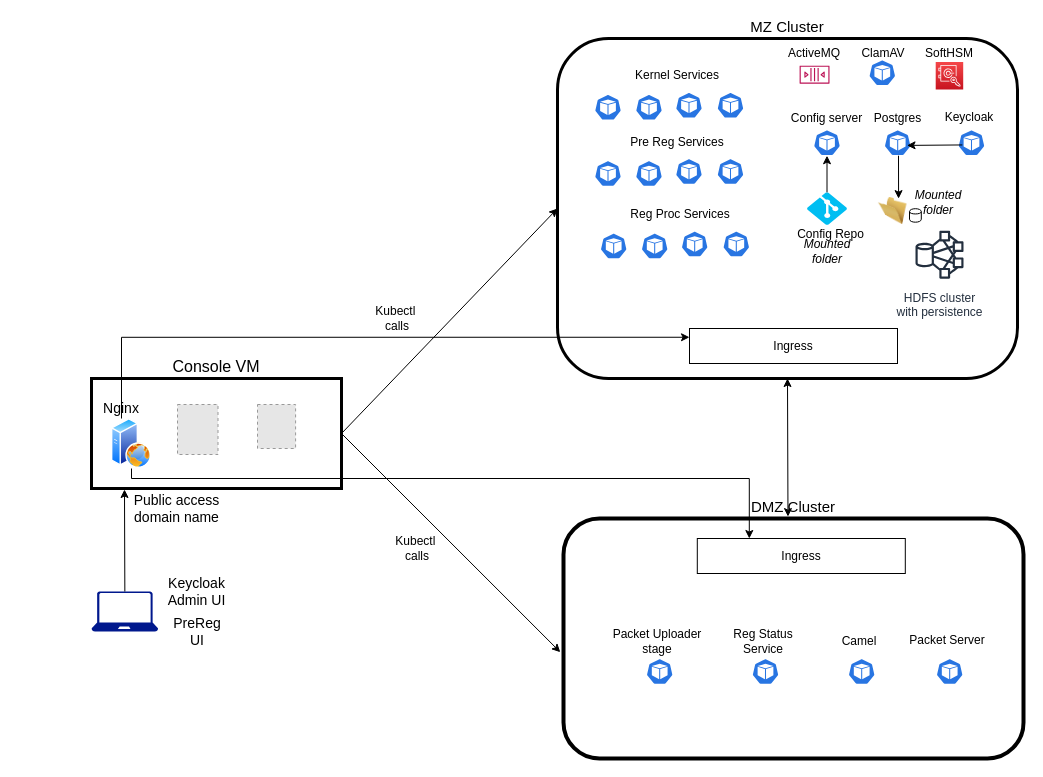
The draw.io diagram deployment/sandbox-v2/docs/sanbox_architecture.drawio in mosip/mosip-infra, before the edit. Source tidied: cells renumbered, new cells numbered last; positions are measured from the earlier drawing's top-left corner, leaving out a move shared by most shapes. Both pictures are drawn from the tidied source at 100%, with x=0, y=0 at pixel (91, 38). Pictures stored in the file or linked from it are replaced by grey dashed boxes.
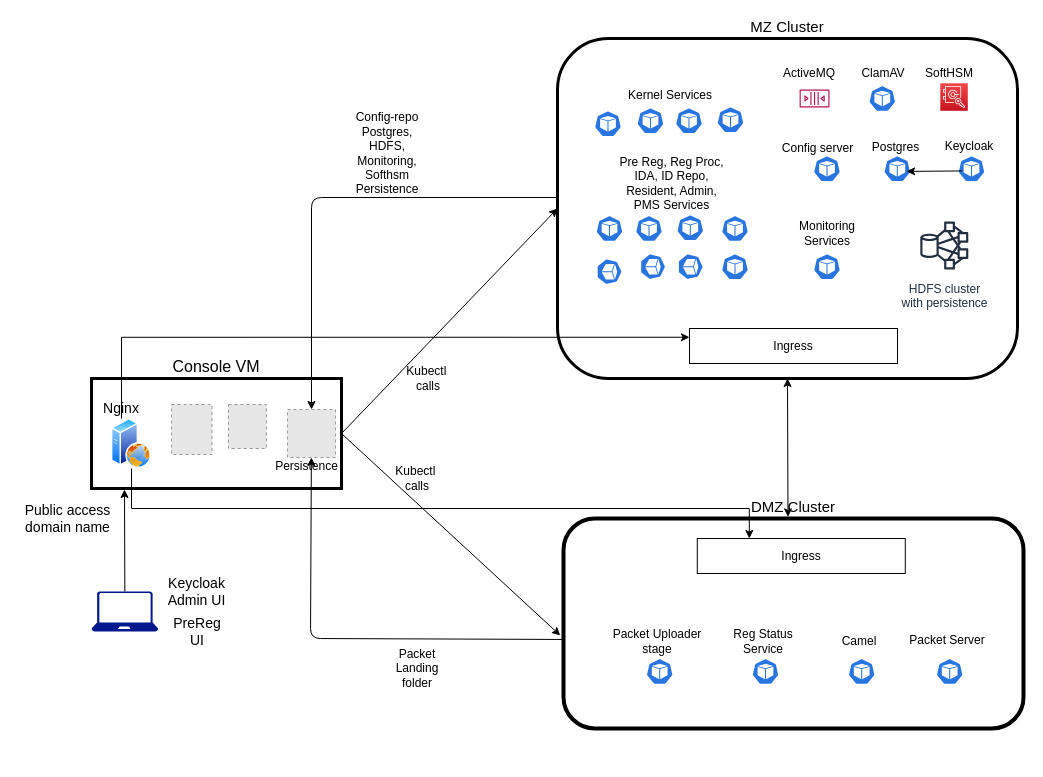
The same diagram, later.

Commit message (it also covers changes not shown here):
Sandbox diagram updated.

The change refers to these unchanged cells:
```xml
<mxCell id="23" style="perimeter=ellipsePerimeter;html=1;align=center;shadow=0;dashed=0;spacingTop=3;image;image=img/lib/active_directory/web_server.svg;" parent="1" vertex="1">
  <mxGeometry x="20" y="380" width="40" height="50" as="geometry" />
</mxCell>
<mxCell id="49" value="Ingress" style="rounded=0;whiteSpace=wrap;html=1;" parent="1" vertex="1">
  <mxGeometry x="605.8" y="500" width="208" height="35" as="geometry" />
</mxCell>
```

Change to the diagram source:
```diff
@@
     <mxCell id="4" value="DMZ Cluster&lt;br style=&quot;font-size: 15px;&quot;&gt;" style="rounded=1;whiteSpace=wrap;html=1;labelPosition=center;verticalLabelPosition=top;align=center;verticalAlign=bottom;fontSize=15;strokeWidth=4;" parent="1" vertex="1">
-      <mxGeometry x="472" y="480" width="460" height="240" as="geometry" />
+      <mxGeometry x="472" y="480" width="460" height="210" as="geometry" />
     </mxCell>
@@
-    <mxCell id="7" style="shape=cylinder;whiteSpace=wrap;html=1;boundedLbl=1;backgroundOutline=1;fontSize=15;" parent="1" vertex="1">
-      <mxGeometry x="818" y="170.2" width="11.8" height="13.5" as="geometry" />
-    </mxCell>
-    <mxCell id="8" style="verticalLabelPosition=bottom;html=1;verticalAlign=top;align=center;strokeColor=none;fillColor=#00BEF2;shape=mxgraph.azure.git_repository;fontSize=15;" parent="1" vertex="1">
-      <mxGeometry x="715.5" y="153.8" width="40" height="32.5" as="geometry" />
-    </mxCell>
     <mxCell id="9" style="html=1;dashed=0;whitespace=wrap;fillColor=#2875E2;strokeColor=#ffffff;points=[[0.005,0.63,0],[0.1,0.2,0],[0.9,0.2,0],[0.5,0,0],[0.995,0.63,0],[0.72,0.99,0],[0.5,1,0],[0.28,0.99,0]];shape=mxgraph.kubernetes.icon;prIcon=pod;fontSize=15;" parent="1" vertex="1">
-      <mxGeometry x="862" y="91.2" width="36" height="26" as="geometry" />
+      <mxGeometry x="862" y="117.2" width="36" height="26" as="geometry" />
     </mxCell>
     <mxCell id="10" style="html=1;dashed=0;whitespace=wrap;fillColor=#2875E2;strokeColor=#ffffff;shape=mxgraph.kubernetes.icon;prIcon=pod;fontSize=15;" parent="1" vertex="1">
-      <mxGeometry x="498.5" y="55.8" width="36" height="26" as="geometry" />
+      <mxGeometry x="498.5" y="72.2" width="36" height="26" as="geometry" />
     </mxCell>
     <mxCell id="11" style="html=1;dashed=0;whitespace=wrap;fillColor=#2875E2;strokeColor=#ffffff;shape=mxgraph.kubernetes.icon;prIcon=pod;fontSize=15;" parent="1" vertex="1">
-      <mxGeometry x="767.8" y="21.2" width="46" height="26" as="geometry" />
+      <mxGeometry x="767.8" y="47" width="46" height="26" as="geometry" />
     </mxCell>
     <mxCell id="12" style="html=1;dashed=0;whitespace=wrap;fillColor=#2875E2;strokeColor=#ffffff;shape=mxgraph.kubernetes.icon;prIcon=pod;fontSize=15;" parent="1" vertex="1">
-      <mxGeometry x="534.5" y="55.8" width="46" height="26" as="geometry" />
+      <mxGeometry x="536" y="69.2" width="46" height="26" as="geometry" />
     </mxCell>
     <mxCell id="13" style="html=1;dashed=0;whitespace=wrap;fillColor=#2875E2;strokeColor=#ffffff;shape=mxgraph.kubernetes.icon;prIcon=pod;fontSize=15;" parent="1" vertex="1">
-      <mxGeometry x="574.5" y="53.8" width="46" height="26" as="geometry" />
+      <mxGeometry x="574.5" y="69.2" width="46" height="26" as="geometry" />
     </mxCell>
-    <mxCell id="14" value="&lt;font style=&quot;font-size: 12px&quot;&gt;Config Repo&lt;/font&gt;" style="text;html=1;strokeColor=none;fillColor=none;align=center;verticalAlign=middle;whiteSpace=wrap;rounded=0;fontSize=15;" parent="1" vertex="1">
-      <mxGeometry x="703.2" y="186.2" width="72.8" height="16" as="geometry" />
-    </mxCell>
     <mxCell id="15" style="html=1;dashed=0;whitespace=wrap;fillColor=#2875E2;strokeColor=#ffffff;points=[[0.005,0.63,0],[0.1,0.2,0],[0.9,0.2,0],[0.5,0,0],[0.995,0.63,0],[0.72,0.99,0],[0.5,1,0],[0.28,0.99,0]];shape=mxgraph.kubernetes.icon;prIcon=pod;fontSize=15;" parent="1" vertex="1">
-      <mxGeometry x="717.5" y="91.2" width="36" height="26" as="geometry" />
+      <mxGeometry x="717.5" y="117.2" width="36" height="26" as="geometry" />
     </mxCell>
     <mxCell id="16" value="&lt;font style=&quot;font-size: 12px&quot;&gt;Config server&lt;/font&gt;" style="text;html=1;strokeColor=none;fillColor=none;align=center;verticalAlign=middle;whiteSpace=wrap;rounded=0;fontSize=15;" parent="1" vertex="1">
-      <mxGeometry x="683.2" y="58.2" width="104.5" height="40" as="geometry" />
+      <mxGeometry x="673.5" y="88.2" width="104.5" height="40" as="geometry" />
     </mxCell>
-    <mxCell id="17" style="endArrow=classic;html=1;fontSize=15;entryX=0.5;entryY=1;entryDx=0;entryDy=0;exitX=0.5;exitY=0;exitDx=0;exitDy=0;exitPerimeter=0;entryPerimeter=0;" parent="1" edge="1" source="8" target="15">
-      <mxGeometry relative="1" as="geometry" />
-    </mxCell>
     <mxCell id="18" value="&lt;font style=&quot;font-size: 12px&quot;&gt;Postgres&lt;/font&gt;" style="text;html=1;strokeColor=none;fillColor=none;align=center;verticalAlign=middle;whiteSpace=wrap;rounded=0;fontSize=15;" parent="1" vertex="1">
-      <mxGeometry x="754" y="68.2" width="104.5" height="20" as="geometry" />
+      <mxGeometry x="752.2" y="97.2" width="104.5" height="20" as="geometry" />
     </mxCell>
     <mxCell id="19" style="html=1;dashed=0;whitespace=wrap;fillColor=#2875E2;strokeColor=#ffffff;points=[[0.005,0.63,0],[0.1,0.2,0],[0.9,0.2,0],[0.5,0,0],[0.995,0.63,0],[0.72,0.99,0],[0.5,1,0],[0.28,0.99,0]];shape=mxgraph.kubernetes.icon;prIcon=pod;fontSize=15;" parent="1" vertex="1">
-      <mxGeometry x="788.2" y="91.2" width="36" height="26" as="geometry" />
+      <mxGeometry x="787.8" y="117.2" width="36" height="26" as="geometry" />
     </mxCell>
-    <mxCell id="20" style="image;html=1;labelBackgroundColor=#ffffff;image=img/lib/clip_art/general/Empty_Folder_128x128.png;" parent="1" vertex="1">
-      <mxGeometry x="778.2" y="159" width="46" height="27" as="geometry" />
-    </mxCell>
-    <mxCell id="21" style="endArrow=classic;html=1;entryX=0.628;entryY=0.042;entryDx=0;entryDy=0;entryPerimeter=0;" parent="1" edge="1" target="20">
-      <mxGeometry relative="1" as="geometry">
-        <mxPoint x="807" y="117.2" as="sourcePoint" />
-      </mxGeometry>
-    </mxCell>
     <mxCell id="22" style="edgeStyle=orthogonalEdgeStyle;rounded=0;jettySize=auto;html=1;entryX=0.25;entryY=0;entryDx=0;entryDy=0;" parent="1" edge="1" source="23" target="49">
       <mxGeometry relative="1" as="geometry">
         <Array as="points">
-          <mxPoint x="40" y="440" />
-          <mxPoint x="658" y="440" />
+          <mxPoint x="40" y="470" />
+          <mxPoint x="658" y="470" />
         </Array>
       </mxGeometry>
     </mxCell>
@@
     <mxCell id="28" value="Public access domain name" style="text;html=1;strokeColor=none;fillColor=none;align=center;verticalAlign=middle;whiteSpace=wrap;rounded=0;fontSize=14;" parent="1" vertex="1">
-      <mxGeometry x="35" y="460" width="101" height="20" as="geometry" />
+      <mxGeometry x="-74" y="470" width="101" height="20" as="geometry" />
     </mxCell>
     <mxCell id="29" style="fillColor=#E6E6E6;strokeColor=#999999;dashed=1;" parent="1" vertex="1">
-      <mxGeometry x="86" y="366" width="40.5" height="50" as="geometry" />
+      <mxGeometry x="80" y="366" width="40.5" height="50" as="geometry" />
     </mxCell>
@@
     <mxCell id="32" value="&lt;font style=&quot;font-size: 12px&quot;&gt;Keycloak&lt;/font&gt;" style="text;html=1;strokeColor=none;fillColor=none;align=center;verticalAlign=middle;whiteSpace=wrap;rounded=0;fontSize=12;" parent="1" vertex="1">
-      <mxGeometry x="858" y="69.2" width="40" height="20" as="geometry" />
+      <mxGeometry x="858" y="98.2" width="40" height="20" as="geometry" />
     </mxCell>
     <mxCell id="33" value="ClamAV" style="text;html=1;strokeColor=none;fillColor=none;align=center;verticalAlign=middle;whiteSpace=wrap;rounded=0;fontSize=12;" parent="1" vertex="1">
-      <mxGeometry x="778" y="5" width="28" height="20" as="geometry" />
+      <mxGeometry x="778" y="24.8" width="28" height="20" as="geometry" />
     </mxCell>
@@
     <mxCell id="35" style="html=1;dashed=0;whitespace=wrap;fillColor=#2875E2;strokeColor=#ffffff;shape=mxgraph.kubernetes.icon;prIcon=pod;fontSize=15;" parent="1" vertex="1">
-      <mxGeometry x="616" y="53.8" width="46" height="26" as="geometry" />
+      <mxGeometry x="616" y="68.2" width="46" height="26" as="geometry" />
     </mxCell>
     <mxCell id="36" value="Kernel Services" style="text;html=1;strokeColor=none;fillColor=none;align=center;verticalAlign=middle;whiteSpace=wrap;rounded=0;" parent="1" vertex="1">
-      <mxGeometry x="536" y="27.2" width="100" height="20" as="geometry" />
+      <mxGeometry x="529" y="47.2" width="100" height="20" as="geometry" />
     </mxCell>
     <mxCell id="37" style="html=1;dashed=0;whitespace=wrap;fillColor=#2875E2;strokeColor=#ffffff;shape=mxgraph.kubernetes.icon;prIcon=pod;fontSize=15;" parent="1" vertex="1">
-      <mxGeometry x="498.5" y="122" width="36" height="26" as="geometry" />
+      <mxGeometry x="500" y="177" width="36" height="26" as="geometry" />
     </mxCell>
     <mxCell id="38" style="html=1;dashed=0;whitespace=wrap;fillColor=#2875E2;strokeColor=#ffffff;shape=mxgraph.kubernetes.icon;prIcon=pod;fontSize=15;" parent="1" vertex="1">
-      <mxGeometry x="534.5" y="122" width="46" height="26" as="geometry" />
+      <mxGeometry x="534.5" y="177" width="46" height="26" as="geometry" />
     </mxCell>
     <mxCell id="39" style="html=1;dashed=0;whitespace=wrap;fillColor=#2875E2;strokeColor=#ffffff;shape=mxgraph.kubernetes.icon;prIcon=pod;fontSize=15;" parent="1" vertex="1">
-      <mxGeometry x="574.5" y="120" width="46" height="26" as="geometry" />
+      <mxGeometry x="575.8" y="176.2" width="46" height="26" as="geometry" />
     </mxCell>
     <mxCell id="40" style="html=1;dashed=0;whitespace=wrap;fillColor=#2875E2;strokeColor=#ffffff;shape=mxgraph.kubernetes.icon;prIcon=pod;fontSize=15;" parent="1" vertex="1">
-      <mxGeometry x="616" y="120" width="46" height="26" as="geometry" />
+      <mxGeometry x="620.5" y="177" width="46" height="26" as="geometry" />
     </mxCell>
-    <mxCell id="41" value="Pre Reg Services" style="text;html=1;strokeColor=none;fillColor=none;align=center;verticalAlign=middle;whiteSpace=wrap;rounded=0;" parent="1" vertex="1">
-      <mxGeometry x="536" y="93.5" width="100" height="20" as="geometry" />
+    <mxCell id="41" value="Pre Reg, Reg Proc, IDA, ID Repo, Resident, Admin, PMS Services" style="text;html=1;strokeColor=none;fillColor=none;align=center;verticalAlign=middle;whiteSpace=wrap;rounded=0;" parent="1" vertex="1">
+      <mxGeometry x="521" y="135" width="119" height="20" as="geometry" />
     </mxCell>
-    <mxCell id="42" style="html=1;dashed=0;whitespace=wrap;fillColor=#2875E2;strokeColor=#ffffff;shape=mxgraph.kubernetes.icon;prIcon=pod;fontSize=15;" parent="1" vertex="1">
-      <mxGeometry x="504.2" y="194.5" width="36" height="26" as="geometry" />
+    <mxCell id="42" style="html=1;dashed=0;whitespace=wrap;fillColor=#2875E2;strokeColor=#ffffff;shape=mxgraph.kubernetes.icon;prIcon=pod;fontSize=15;direction=south;" parent="1" vertex="1">
+      <mxGeometry x="505" y="215.2" width="26" height="36" as="geometry" />
     </mxCell>
-    <mxCell id="43" style="html=1;dashed=0;whitespace=wrap;fillColor=#2875E2;strokeColor=#ffffff;shape=mxgraph.kubernetes.icon;prIcon=pod;fontSize=15;" parent="1" vertex="1">
-      <mxGeometry x="540.2" y="194.5" width="46" height="26" as="geometry" />
+    <mxCell id="43" style="html=1;dashed=0;whitespace=wrap;fillColor=#2875E2;strokeColor=#ffffff;shape=mxgraph.kubernetes.icon;prIcon=pod;fontSize=15;direction=south;" parent="1" vertex="1">
+      <mxGeometry x="548.5" y="205.2" width="26" height="46" as="geometry" />
     </mxCell>
-    <mxCell id="44" style="html=1;dashed=0;whitespace=wrap;fillColor=#2875E2;strokeColor=#ffffff;shape=mxgraph.kubernetes.icon;prIcon=pod;fontSize=15;" parent="1" vertex="1">
-      <mxGeometry x="580.2" y="192.5" width="46" height="26" as="geometry" />
+    <mxCell id="44" style="html=1;dashed=0;whitespace=wrap;fillColor=#2875E2;strokeColor=#ffffff;shape=mxgraph.kubernetes.icon;prIcon=pod;fontSize=15;direction=south;" parent="1" vertex="1">
+      <mxGeometry x="586.2" y="205.2" width="26" height="46" as="geometry" />
     </mxCell>
     <mxCell id="45" style="html=1;dashed=0;whitespace=wrap;fillColor=#2875E2;strokeColor=#ffffff;shape=mxgraph.kubernetes.icon;prIcon=pod;fontSize=15;" parent="1" vertex="1">
-      <mxGeometry x="621.8" y="192.5" width="46" height="26" as="geometry" />
+      <mxGeometry x="620.5" y="215.2" width="46" height="26" as="geometry" />
     </mxCell>
-    <mxCell id="46" value="Reg Proc Services" style="text;html=1;strokeColor=none;fillColor=none;align=center;verticalAlign=middle;whiteSpace=wrap;rounded=0;" parent="1" vertex="1">
-      <mxGeometry x="536" y="166" width="105.8" height="20" as="geometry" />
-    </mxCell>
-    <mxCell id="47" value="&lt;i&gt;Mounted folder&lt;/i&gt;" style="text;html=1;strokeColor=none;fillColor=none;align=center;verticalAlign=middle;whiteSpace=wrap;rounded=0;" parent="1" vertex="1">
-      <mxGeometry x="818" y="153.8" width="58" height="20" as="geometry" />
-    </mxCell>
@@
     <mxCell id="51" value="Kubectl&amp;nbsp;&lt;br&gt;calls" style="text;html=1;strokeColor=none;fillColor=none;align=center;verticalAlign=middle;whiteSpace=wrap;rounded=0;" parent="1" vertex="1">
-      <mxGeometry x="286" y="270" width="40" height="20" as="geometry" />
+      <mxGeometry x="317" y="330" width="40" height="20" as="geometry" />
     </mxCell>
     <mxCell id="52" value="Kubectl&amp;nbsp;&lt;br&gt;calls" style="text;html=1;strokeColor=none;fillColor=none;align=center;verticalAlign=middle;whiteSpace=wrap;rounded=0;" parent="1" vertex="1">
-      <mxGeometry x="306" y="500" width="40" height="20" as="geometry" />
+      <mxGeometry x="306" y="430" width="40" height="20" as="geometry" />
     </mxCell>
@@
     <mxCell id="59" value="HDFS cluster&lt;br&gt;with persistence" style="fontColor=#232F3E;gradientColor=none;strokeColor=#232F3E;fillColor=#ffffff;dashed=0;verticalLabelPosition=bottom;verticalAlign=top;align=center;html=1;fontSize=12;fontStyle=0;shape=mxgraph.aws4.resourceIcon;resIcon=mxgraph.aws4.hdfs_cluster;" parent="1" vertex="1">
-      <mxGeometry x="818" y="186.2" width="60" height="60" as="geometry" />
+      <mxGeometry x="822.8" y="177" width="60" height="60" as="geometry" />
     </mxCell>
     <mxCell id="60" style="fontColor=#232F3E;gradientColor=none;fillColor=#BC1356;strokeColor=none;dashed=0;verticalLabelPosition=bottom;verticalAlign=top;align=center;html=1;fontSize=12;fontStyle=0;shape=mxgraph.aws4.queue;" parent="1" vertex="1">
-      <mxGeometry x="708.1" y="27.2" width="29.9" height="18" as="geometry" />
+      <mxGeometry x="708.1" y="51" width="29.9" height="18" as="geometry" />
     </mxCell>
     <mxCell id="61" value="ActiveMQ" style="text;html=1;strokeColor=none;fillColor=none;align=center;verticalAlign=middle;whiteSpace=wrap;rounded=0;" parent="1" vertex="1">
-      <mxGeometry x="703" y="5" width="40" height="20" as="geometry" />
+      <mxGeometry x="697.9" y="24.8" width="40" height="20" as="geometry" />
     </mxCell>
     <mxCell id="62" style="fontColor=#232F3E;gradientColor=#F54749;gradientDirection=north;fillColor=#C7131F;strokeColor=#ffffff;dashed=0;verticalLabelPosition=bottom;verticalAlign=top;align=center;html=1;fontSize=12;fontStyle=0;shape=mxgraph.aws4.resourceIcon;resIcon=mxgraph.aws4.cloudhsm;" parent="1" vertex="1">
-      <mxGeometry x="844.2" y="23.5" width="27.5" height="27.5" as="geometry" />
+      <mxGeometry x="848.8" y="44.8" width="27.5" height="27.5" as="geometry" />
     </mxCell>
     <mxCell id="63" value="SoftHSM" style="text;html=1;strokeColor=none;fillColor=none;align=center;verticalAlign=middle;whiteSpace=wrap;rounded=0;" parent="1" vertex="1">
-      <mxGeometry x="838" y="5" width="40" height="20" as="geometry" />
+      <mxGeometry x="838.2" y="24.8" width="40" height="20" as="geometry" />
     </mxCell>
-    <mxCell id="64" value="&lt;i&gt;Mounted folder&lt;/i&gt;" style="text;html=1;strokeColor=none;fillColor=none;align=center;verticalAlign=middle;whiteSpace=wrap;rounded=0;" parent="1" vertex="1">
-      <mxGeometry x="706.5" y="203" width="58" height="20" as="geometry" />
-    </mxCell>
     <mxCell id="65" style="fillColor=#E6E6E6;strokeColor=#999999;dashed=1;verticalLabelPosition=bottom;verticalAlign=top;" parent="1" vertex="1">
-      <mxGeometry x="166" y="366" width="38.1" height="44" as="geometry" />
+      <mxGeometry x="137" y="366" width="38.1" height="44" as="geometry" />
     </mxCell>
@@
+    <mxCell id="68" style="fillColor=#E6E6E6;strokeColor=#999999;dashed=1;html=1;verticalAlign=top;verticalLabelPosition=bottom;labelBackgroundColor=#ffffff;" parent="1" vertex="1">
+      <mxGeometry x="196" y="371" width="48" height="48" as="geometry" />
+    </mxCell>
+    <mxCell id="69" style="endArrow=classic;html=1;" parent="1" edge="1" target="68">
+      <mxGeometry relative="1" as="geometry">
+        <mxPoint x="466" y="159" as="sourcePoint" />
+        <Array as="points">
+          <mxPoint x="220" y="159" />
+        </Array>
+      </mxGeometry>
+    </mxCell>
+    <mxCell id="70" value="Persistence" style="text;html=1;align=center;verticalAlign=middle;fillColor=none;strokeColor=none;rounded=0;" parent="1" vertex="1">
+      <mxGeometry x="175.1" y="418" width="80" height="20" as="geometry" />
+    </mxCell>
+    <mxCell id="71" style="endArrow=classic;html=1;exitX=-0.001;exitY=0.576;exitDx=0;exitDy=0;exitPerimeter=0;" parent="1" edge="1" source="4" target="68">
+      <mxGeometry relative="1" as="geometry">
+        <Array as="points">
+          <mxPoint x="219" y="600" />
+        </Array>
+      </mxGeometry>
+    </mxCell>
+    <mxCell id="72" value="Config-repo&lt;br&gt;Postgres, HDFS, Monitoring, Softhsm Persistence" style="text;html=1;strokeColor=none;fillColor=none;align=center;verticalAlign=middle;whiteSpace=wrap;rounded=0;" parent="1" vertex="1">
+      <mxGeometry x="276" y="105" width="40" height="20" as="geometry" />
+    </mxCell>
+    <mxCell id="73" value="Packet Landing folder" style="text;html=1;strokeColor=none;fillColor=none;align=center;verticalAlign=middle;whiteSpace=wrap;rounded=0;" parent="1" vertex="1">
+      <mxGeometry x="306" y="620" width="40" height="20" as="geometry" />
+    </mxCell>
+    <mxCell id="74" style="html=1;dashed=0;whitespace=wrap;fillColor=#2875E2;strokeColor=#ffffff;shape=mxgraph.kubernetes.icon;prIcon=pod;fontSize=15;" parent="1" vertex="1">
+      <mxGeometry x="712.5" y="215.2" width="46" height="26" as="geometry" />
+    </mxCell>
+    <mxCell id="75" value="Monitoring Services" style="text;html=1;strokeColor=none;fillColor=none;align=center;verticalAlign=middle;whiteSpace=wrap;rounded=0;" parent="1" vertex="1">
+      <mxGeometry x="716" y="185" width="40" height="20" as="geometry" />
+    </mxCell>
```
